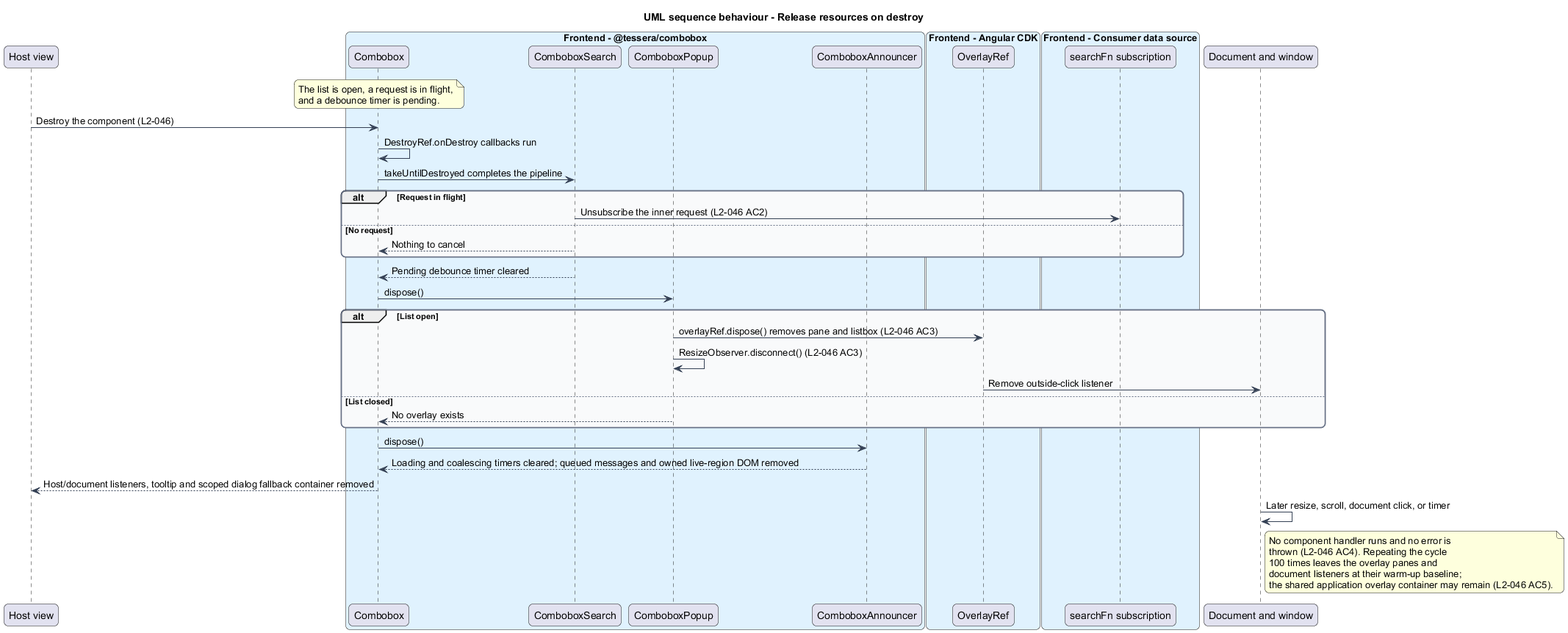
Above: docs/detailed-designs/combobox/secure-and-perform/diagrams/sequence-destroy.png in QuinntyneBrown/Tessera (PlantUML), before the change.
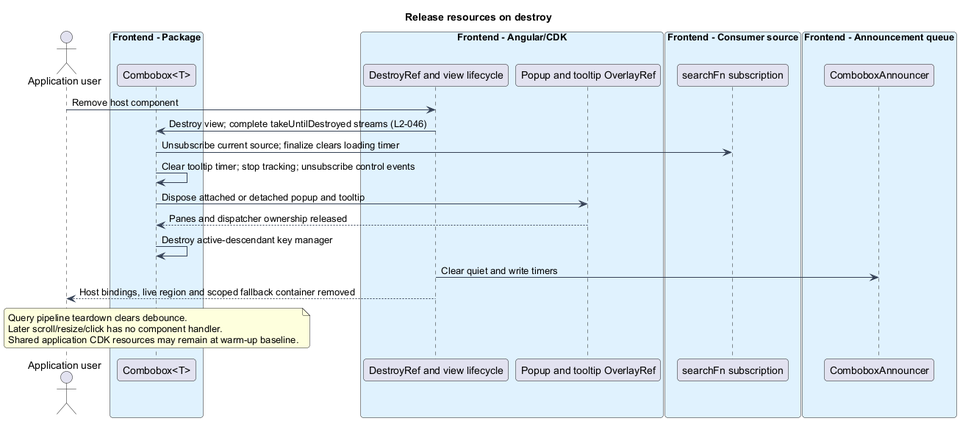
Later version of the same file.

Diff of the diagram source:
```diff
@@ -1,64 +1,43 @@
 @startuml
-title UML sequence behaviour - Release resources on destroy
 skinparam backgroundColor #FFFFFF
 skinparam shadowing false
-skinparam roundcorner 12
+skinparam roundcorner 8
 skinparam defaultFontName Arial
 skinparam ArrowColor #344054
-skinparam rectangle {
+skinparam class {
   BorderColor #344054
-  FontColor #101828
-}
-skinparam package {
-  BorderColor #667085
   FontColor #101828
   BackgroundColor #F9FAFB
 }
-participant "Host view" as host
-box "Frontend - @tessera/combobox" #E0F2FE
-  participant "Combobox" as cb
-  participant "ComboboxSearch" as search
-  participant "ComboboxPopup" as popup
+title Release resources on destroy
+actor "Application user" as user
+box "Frontend - Package" #E0F2FE
+  participant "Combobox<T>" as cb
+end box
+box "Frontend - Angular/CDK" #E0F2FE
+  participant "DestroyRef and view lifecycle" as destroy
+  participant "Popup and tooltip OverlayRef" as overlay
+end box
+box "Frontend - Consumer source" #E0F2FE
+  participant "searchFn subscription" as src
+end box
+box "Frontend - Announcement queue" #E0F2FE
   participant "ComboboxAnnouncer" as ann
 end box
-box "Frontend - Angular CDK" #E0F2FE
-  participant "OverlayRef" as cdk
-end box
-box "Frontend - Consumer data source" #E0F2FE
-  participant "searchFn subscription" as src
-end box
-participant "Document and window" as doc
 
+
+user -> destroy : Remove host component
+destroy -> cb : Destroy view; complete takeUntilDestroyed streams (L2-046)
+cb -> src : Unsubscribe current source; finalize clears loading timer
+cb -> cb : Clear tooltip timer; stop tracking; unsubscribe control events
+cb -> overlay : Dispose attached or detached popup and tooltip
+overlay --> cb : Panes and dispatcher ownership released
+cb -> cb : Destroy active-descendant key manager
+destroy -> ann : Clear quiet and write timers
+destroy --> user : Host bindings, live region and scoped fallback container removed
 note over cb
-  The list is open, a request is in flight,
-  and a debounce timer is pending.
-end note
-host -> cb : Destroy the component (L2-046)
-cb -> cb : DestroyRef.onDestroy callbacks run
-cb -> search : takeUntilDestroyed completes the pipeline
-alt Request in flight
-  search -> src : Unsubscribe the inner request (L2-046 AC2)
-else No request
-  search --> cb : Nothing to cancel
-end
-search --> cb : Pending debounce timer cleared
-cb -> popup : dispose()
-alt List open
-  popup -> cdk : overlayRef.dispose() removes pane and listbox (L2-046 AC3)
-  popup -> popup : ResizeObserver.disconnect() (L2-046 AC3)
-  cdk -> doc : Remove outside-click listener
-else List closed
-  popup --> cb : No overlay exists
-end
-cb -> ann : dispose()
-ann --> cb : Loading and coalescing timers cleared; queued messages and owned live-region DOM removed
-cb --> host : Host/document listeners, tooltip and scoped dialog fallback container removed
-doc -> doc : Later resize, scroll, document click, or timer
-note right of doc
-  No component handler runs and no error is
-  thrown (L2-046 AC4). Repeating the cycle
-  100 times leaves the overlay panes and
-  document listeners at their warm-up baseline;
-  the shared application overlay container may remain (L2-046 AC5).
+  Query pipeline teardown clears debounce.
+  Later scroll/resize/click has no component handler.
+  Shared application CDK resources may remain at warm-up baseline.
 end note
 @enduml
```
